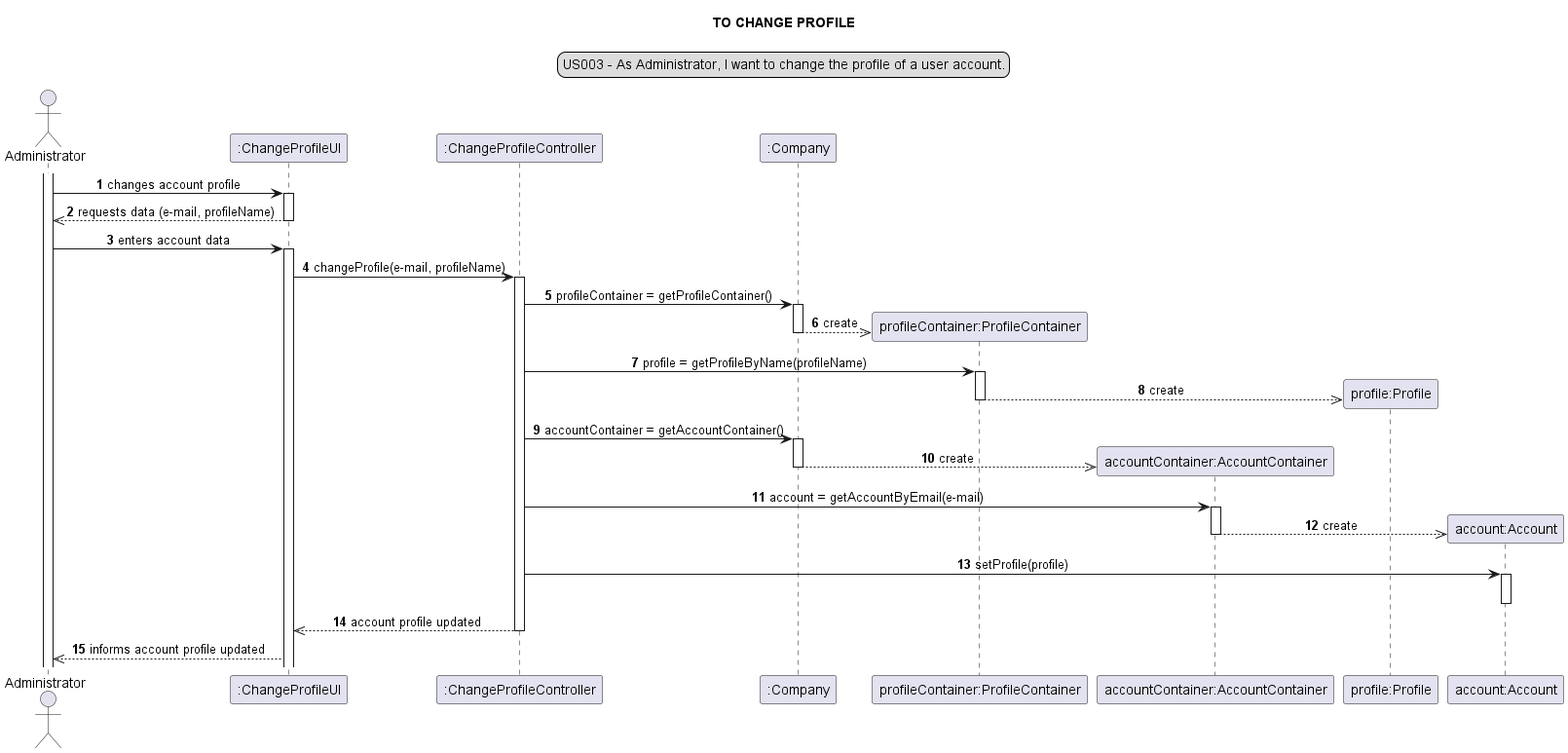
The PlantUML diagram docs/modelling_design/user_stories/us003/US003_sequenceDiagram.png in Loracline/project_switch_22-23, before a commit.
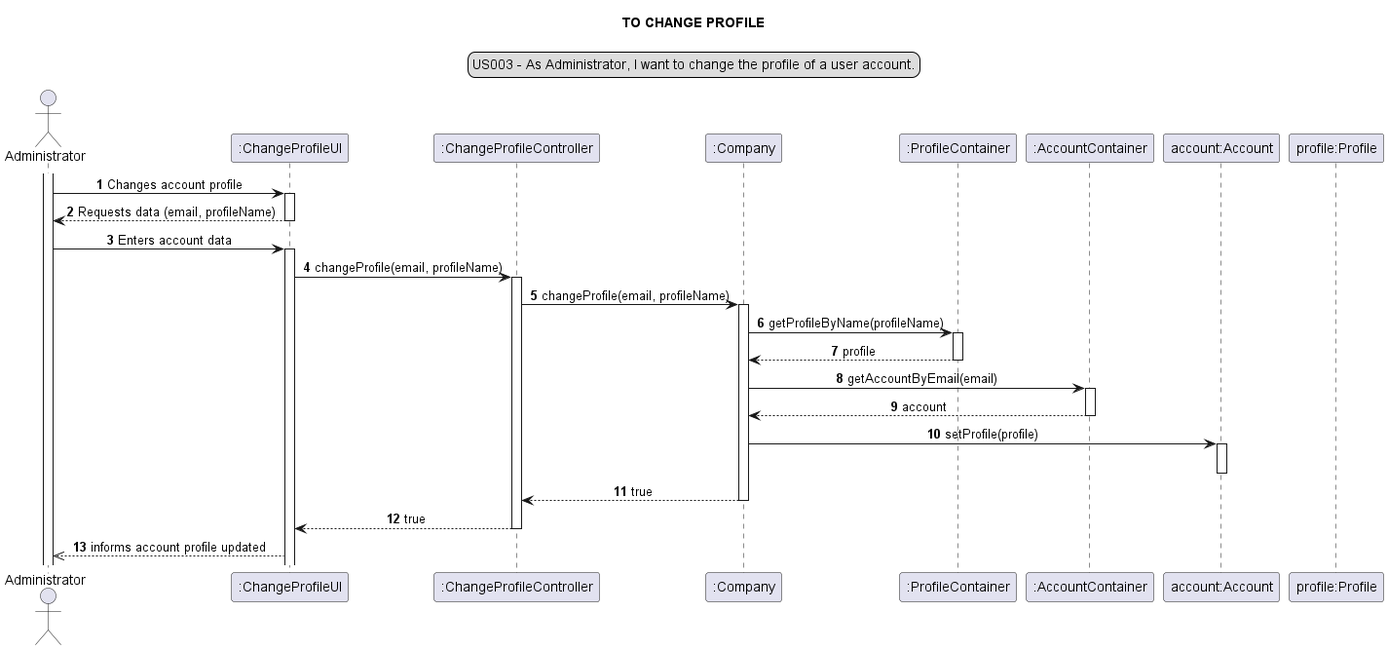
Later version of the same file.

Commit message:
US003 : Design : Refined Sequence Diagram and Class Diagram. US010: Design : Added Sequence and Class Diagrams.

The edit, as a diff of the source:
```diff
@@ -1,4 +1,14 @@
 @startuml
+
+
+actor Administrator
+participant ":ChangeProfileUI" as ui
+participant ":ChangeProfileController" as controller
+participant ":Company" as company
+participant ":ProfileContainer" as pcontainer
+participant ":AccountContainer" as acontainer
+participant "account:Account" as account
+participant "profile:Profile" as pprofile
 
 skinparam sequenceMessageAlign center
 title TO CHANGE PROFILE
@@ -6,49 +16,31 @@
 US003 - As Administrator, I want to change the profile of a user account.
 end legend
 autonumber
-actor Administrator
-participant ":ChangeProfileUI" as ui
-participant ":ChangeProfileController" as controller
-participant ":Company" as company
-participant "profileContainer:ProfileContainer" as pcontainer
-participant "accountContainer:AccountContainer" as acontainer
-participant "profile:Profile" as pprofile
-participant "account:Account" as account
-
-
 activate Administrator
-Administrator -> ui: changes account profile
+Administrator -> ui:  Changes account profile
 activate ui
-Administrator <<-- ui: requests data (e-mail, profileName)
+Administrator <-- ui:  Requests data (email, profileName)
 deactivate ui
-Administrator -> ui: enters account data
+Administrator -> ui:  Enters account data
 activate ui
-ui -> controller: changeProfile(e-mail, profileName)
+ui -> controller: changeProfile(email, profileName)
 activate controller
-controller -> company: profileContainer = getProfileContainer()
+controller -> company: changeProfile(email, profileName)
 activate company
-create pcontainer
-company -->> pcontainer : create
-deactivate company
-controller -> pcontainer: profile = getProfileByName(profileName)
+company -> pcontainer: getProfileByName(profileName)
 activate pcontainer
-create pprofile
-pcontainer -->> pprofile: create
+company <-- pcontainer: profile
 deactivate pcontainer
-controller-> company: accountContainer = getAccountContainer()
-activate company
-create acontainer
-company -->> acontainer: create
-deactivate company
-controller -> acontainer: account = getAccountByEmail(e-mail)
+company -> acontainer: getAccountByEmail(email)
 activate acontainer
-create account
-acontainer -->> account: create
+company <-- acontainer: account
 deactivate acontainer
-controller -> account: setProfile(profile)
+company -> account: setProfile(profile)
 activate account
 deactivate account
-controller -->> ui: account profile updated
+controller <-- company: true
+deactivate company
+controller --> ui: true
 deactivate controller
 ui -->> Administrator: informs account profile updated
 
```
